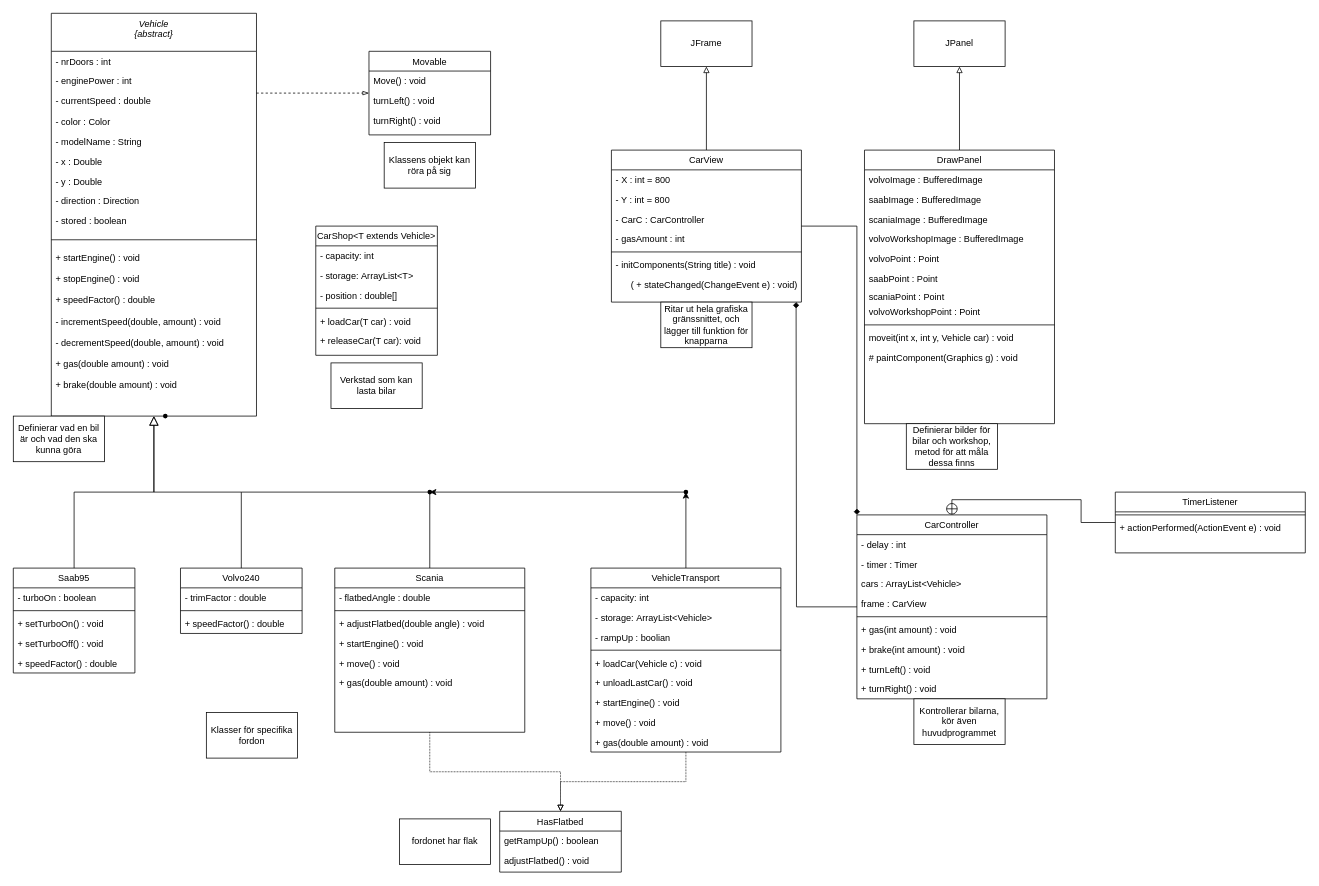
ash-salt/lab3-oop keeps this draw.io diagram as CarsKlassDiagram(2).drawio. Above is the earlier version. Source tidied: cells renumbered, new cells numbered last; positions are measured from the earlier drawing's top-left corner, leaving out a move shared by most shapes. Both pictures are drawn from the tidied source at 76%, with x=0, y=0 at pixel (13, 13).
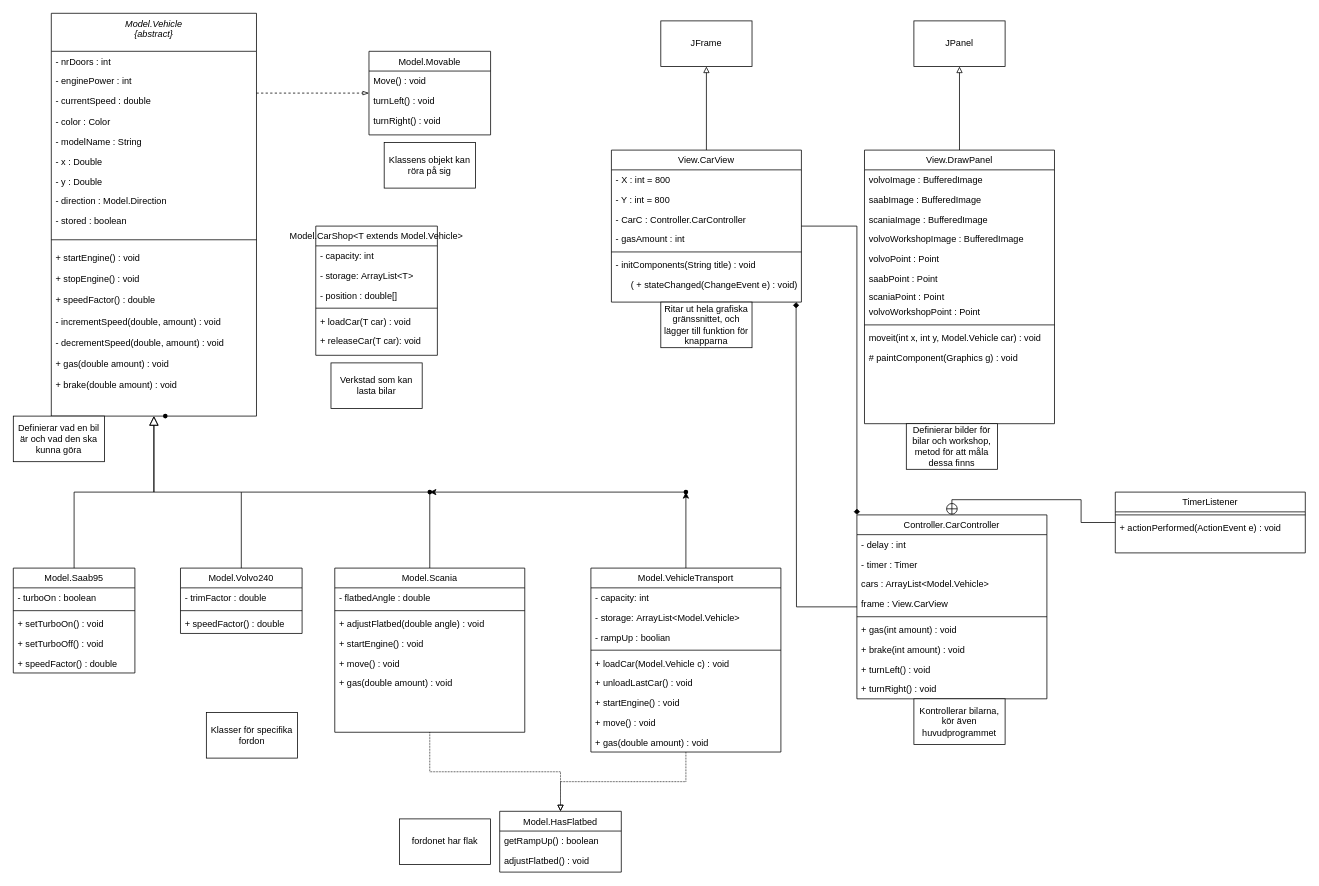
The same page after the edit.

Change to the diagram source:
```diff
@@
-    <mxCell id="2" value="Vehicle&#10;{abstract}" style="swimlane;fontStyle=2;align=center;verticalAlign=top;horizontal=1;startSize=50;rounded=0;shadow=0;strokeWidth=1;" parent="1" vertex="1">
+    <mxCell id="2" value="Model.Vehicle&#10;{abstract}" style="swimlane;fontStyle=2;align=center;verticalAlign=top;horizontal=1;startSize=50;rounded=0;shadow=0;strokeWidth=1;" parent="1" vertex="1">
       <mxGeometry x="50" width="270" height="530" as="geometry" />
     </mxCell>
@@
-    <mxCell id="10" value="- direction : Direction" style="text;align=left;verticalAlign=top;spacingLeft=4;spacingRight=4;overflow=hidden;" parent="2" vertex="1">
+    <mxCell id="10" value="- direction : Model.Direction" style="text;align=left;verticalAlign=top;spacingLeft=4;spacingRight=4;overflow=hidden;" parent="2" vertex="1">
       <mxGeometry y="234" width="270" height="26" as="geometry" />
     </mxCell>
@@
-    <mxCell id="20" value="Saab95" style="swimlane;fontStyle=0;align=center;verticalAlign=top;horizontal=1;startSize=26;rounded=0;shadow=0;strokeWidth=1;" parent="1" vertex="1">
+    <mxCell id="20" value="Model.Saab95" style="swimlane;fontStyle=0;align=center;verticalAlign=top;horizontal=1;startSize=26;rounded=0;shadow=0;strokeWidth=1;" parent="1" vertex="1">
       <mxGeometry y="730" width="160" height="138" as="geometry" />
     </mxCell>
@@
-    <mxCell id="27" value="Volvo240" style="swimlane;fontStyle=0;align=center;verticalAlign=top;horizontal=1;startSize=26;rounded=0;shadow=0;strokeWidth=1;" parent="1" vertex="1">
+    <mxCell id="27" value="Model.Volvo240" style="swimlane;fontStyle=0;align=center;verticalAlign=top;horizontal=1;startSize=26;rounded=0;shadow=0;strokeWidth=1;" parent="1" vertex="1">
       <mxGeometry x="220" y="730" width="160" height="86" as="geometry" />
     </mxCell>
@@
-    <mxCell id="32" value="Movable" style="swimlane;fontStyle=0;align=center;verticalAlign=top;horizontal=1;startSize=26;rounded=0;shadow=0;strokeWidth=1;" parent="1" vertex="1">
+    <mxCell id="32" value="Model.Movable" style="swimlane;fontStyle=0;align=center;verticalAlign=top;horizontal=1;startSize=26;rounded=0;shadow=0;strokeWidth=1;" parent="1" vertex="1">
       <mxGeometry x="468" y="50" width="160" height="110" as="geometry" />
     </mxCell>
@@
-    <mxCell id="39" value="Scania" style="swimlane;fontStyle=0;align=center;verticalAlign=top;horizontal=1;startSize=26;rounded=0;shadow=0;strokeWidth=1;" parent="1" vertex="1">
+    <mxCell id="39" value="Model.Scania" style="swimlane;fontStyle=0;align=center;verticalAlign=top;horizontal=1;startSize=26;rounded=0;shadow=0;strokeWidth=1;" parent="1" vertex="1">
       <mxGeometry x="423" y="730" width="250" height="216" as="geometry" />
     </mxCell>
@@
-    <mxCell id="54" value="VehicleTransport" style="swimlane;fontStyle=0;align=center;verticalAlign=top;horizontal=1;startSize=26;rounded=0;shadow=0;strokeWidth=1;" parent="1" vertex="1">
+    <mxCell id="54" value="Model.VehicleTransport" style="swimlane;fontStyle=0;align=center;verticalAlign=top;horizontal=1;startSize=26;rounded=0;shadow=0;strokeWidth=1;" parent="1" vertex="1">
       <mxGeometry x="760" y="730" width="250" height="242" as="geometry" />
     </mxCell>
@@
-    <mxCell id="56" value="- storage: ArrayList&lt;Vehicle&gt;" style="text;align=left;verticalAlign=top;spacingLeft=4;spacingRight=4;overflow=hidden;" parent="54" vertex="1">
+    <mxCell id="56" value="- storage: ArrayList&lt;Model.Vehicle&gt;" style="text;align=left;verticalAlign=top;spacingLeft=4;spacingRight=4;overflow=hidden;" parent="54" vertex="1">
       <mxGeometry y="52" width="250" height="26" as="geometry" />
     </mxCell>
@@
-    <mxCell id="59" value="+ loadCar(Vehicle c) : void" style="text;align=left;verticalAlign=top;spacingLeft=4;spacingRight=4;overflow=hidden;" parent="54" vertex="1">
+    <mxCell id="59" value="+ loadCar(Model.Vehicle c) : void" style="text;align=left;verticalAlign=top;spacingLeft=4;spacingRight=4;overflow=hidden;" parent="54" vertex="1">
       <mxGeometry y="112" width="250" height="26" as="geometry" />
     </mxCell>
@@
-    <mxCell id="68" value="HasFlatbed" style="swimlane;fontStyle=0;align=center;verticalAlign=top;horizontal=1;startSize=26;rounded=0;shadow=0;strokeWidth=1;" parent="1" vertex="1">
+    <mxCell id="68" value="Model.HasFlatbed" style="swimlane;fontStyle=0;align=center;verticalAlign=top;horizontal=1;startSize=26;rounded=0;shadow=0;strokeWidth=1;" parent="1" vertex="1">
       <mxGeometry x="640" y="1050" width="160" height="80" as="geometry" />
     </mxCell>
@@
-    <mxCell id="71" value="CarShop&lt;T extends Vehicle&gt;" style="swimlane;fontStyle=0;align=center;verticalAlign=top;horizontal=1;startSize=26;rounded=0;shadow=0;strokeWidth=1;" parent="1" vertex="1">
+    <mxCell id="71" value="Model.CarShop&lt;T extends Model.Vehicle&gt;" style="swimlane;fontStyle=0;align=center;verticalAlign=top;horizontal=1;startSize=26;rounded=0;shadow=0;strokeWidth=1;" parent="1" vertex="1">
       <mxGeometry x="398" y="280" width="160" height="170" as="geometry" />
     </mxCell>
@@
-    <mxCell id="80" value="CarView" style="swimlane;fontStyle=0;align=center;verticalAlign=top;horizontal=1;startSize=26;rounded=0;shadow=0;strokeWidth=1;" parent="1" vertex="1">
+    <mxCell id="80" value="View.CarView" style="swimlane;fontStyle=0;align=center;verticalAlign=top;horizontal=1;startSize=26;rounded=0;shadow=0;strokeWidth=1;" parent="1" vertex="1">
       <mxGeometry x="787" y="180" width="250" height="200" as="geometry" />
     </mxCell>
@@
-    <mxCell id="83" value="- CarC : CarController" style="text;align=left;verticalAlign=top;spacingLeft=4;spacingRight=4;overflow=hidden;" parent="80" vertex="1">
+    <mxCell id="83" value="- CarC : Controller.CarController" style="text;align=left;verticalAlign=top;spacingLeft=4;spacingRight=4;overflow=hidden;" parent="80" vertex="1">
       <mxGeometry y="78" width="250" height="26" as="geometry" />
     </mxCell>
@@
-    <mxCell id="89" value="DrawPanel" style="swimlane;fontStyle=0;align=center;verticalAlign=top;horizontal=1;startSize=26;rounded=0;shadow=0;strokeWidth=1;" parent="1" vertex="1">
+    <mxCell id="89" value="View.DrawPanel" style="swimlane;fontStyle=0;align=center;verticalAlign=top;horizontal=1;startSize=26;rounded=0;shadow=0;strokeWidth=1;" parent="1" vertex="1">
       <mxGeometry x="1120" y="180" width="250" height="360" as="geometry" />
     </mxCell>
@@
-    <mxCell id="99" value="moveit(int x, int y, Vehicle car) : void" style="text;align=left;verticalAlign=top;spacingLeft=4;spacingRight=4;overflow=hidden;" parent="89" vertex="1">
+    <mxCell id="99" value="moveit(int x, int y, Model.Vehicle car) : void" style="text;align=left;verticalAlign=top;spacingLeft=4;spacingRight=4;overflow=hidden;" parent="89" vertex="1">
       <mxGeometry y="234" width="250" height="26" as="geometry" />
     </mxCell>
@@
-    <mxCell id="102" value="CarController" style="swimlane;fontStyle=0;align=center;verticalAlign=top;horizontal=1;startSize=26;rounded=0;shadow=0;strokeWidth=1;" parent="1" vertex="1">
+    <mxCell id="102" value="Controller.CarController" style="swimlane;fontStyle=0;align=center;verticalAlign=top;horizontal=1;startSize=26;rounded=0;shadow=0;strokeWidth=1;" parent="1" vertex="1">
       <mxGeometry x="1110" y="660" width="250" height="242" as="geometry" />
     </mxCell>
@@
-    <mxCell id="105" value="cars : ArrayList&lt;Vehicle&gt;" style="text;align=left;verticalAlign=top;spacingLeft=4;spacingRight=4;overflow=hidden;" parent="102" vertex="1">
+    <mxCell id="105" value="cars : ArrayList&lt;Model.Vehicle&gt;" style="text;align=left;verticalAlign=top;spacingLeft=4;spacingRight=4;overflow=hidden;" parent="102" vertex="1">
       <mxGeometry y="78" width="250" height="26" as="geometry" />
     </mxCell>
-    <mxCell id="106" value="frame : CarView" style="text;align=left;verticalAlign=top;spacingLeft=4;spacingRight=4;overflow=hidden;" parent="102" vertex="1">
+    <mxCell id="106" value="frame : View.CarView" style="text;align=left;verticalAlign=top;spacingLeft=4;spacingRight=4;overflow=hidden;" parent="102" vertex="1">
       <mxGeometry y="104" width="250" height="26" as="geometry" />
     </mxCell>
```
